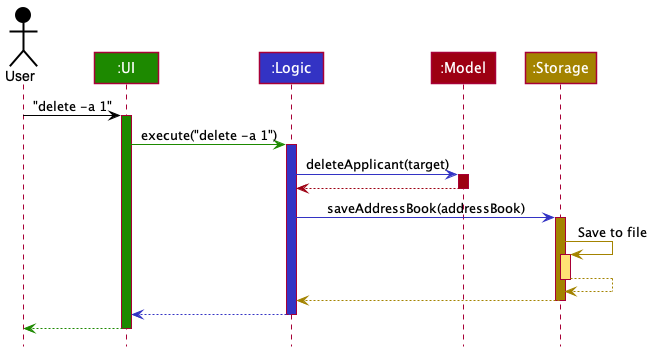
This is docs/images/ArchitectureSequenceDiagram.png from nus-cs2103-AY2122S2/tp, a PlantUML export, as it was before one commit.
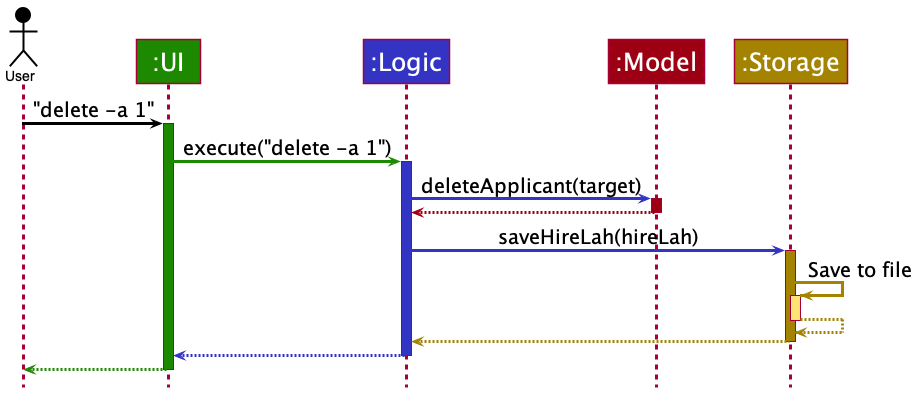
The same file after the commit.

Commit message:
Add sequence diagram for add parser

Change to the diagram source:
```diff
@@ -19,7 +19,7 @@
 model -[MODEL_COLOR]-> logic
 deactivate model
 
-logic -[LOGIC_COLOR]> storage : saveAddressBook(addressBook)
+logic -[LOGIC_COLOR]> storage : saveHireLah(hireLah)
 activate storage STORAGE_COLOR
 
 storage -[STORAGE_COLOR]> storage : Save to file
```
